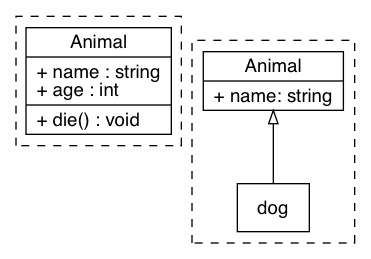
This is static/image/2019/07/overload-override.png from Jeanhwea/jeanhwea.github.io, a Graphviz export, as it was before one commit. Its source is kept beside it as static/image/2019/07/overload-override.dot. Source of this version:
```dot
digraph OverloadOverride {
  fontname="Helvetia";
  node[shape="record"; fontname="Helvetia"];
  edge[fontname="Helvetia", dir=back; arrowtail=empty;];

  subgraph cluster_overload {
    animal [label="{Animal|+ name : string\l+ age : int\l|+ die() : void\l}"];
    style=dashed;
  }

  subgraph cluster_override {
    animal1 [label="{Animal|+ name: string}"];
    dog;
    animal1 -> dog;
    style=dashed;
  }
}
```
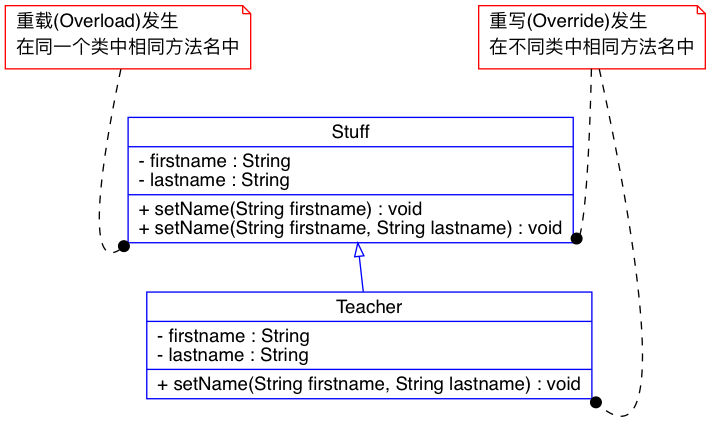
Above is the later version.

Change to the diagram source:
```diff
@@ -1,17 +1,20 @@
 digraph OverloadOverride {
   fontname="Helvetia";
   node[shape="record"; fontname="Helvetia"];
-  edge[fontname="Helvetia", dir=back; arrowtail=empty;];
 
-  subgraph cluster_overload {
-    animal [label="{Animal|+ name : string\l+ age : int\l|+ die() : void\l}"];
-    style=dashed;
-  }
+  node [color=red];
+  note_overload [shape=note; label="重载(Overload)发生\l在同一个类中相同方法名中"];
+  note_override [shape=note; label="重写(Override)发生\l在不同类中相同方法名中"];
 
-  subgraph cluster_override {
-    animal1 [label="{Animal|+ name: string}"];
-    dog;
-    animal1 -> dog;
-    style=dashed;
-  }
+  node [color=blue;];
+  stuff [label="{Stuff|- firstname : String\l- lastname : String\l|+ setName(String firstname) : void\l+ setName(String firstname, String lastname) : void\l}"];
+  teacher [label="{Teacher|- firstname : String\l- lastname : String\l|+ setName(String firstname, String lastname) : void\l}"; ];
+  edge[fontname="Helvetia"; dir=back; arrowtail=empty; color=blue];
+  stuff -> teacher;
+
+  edge[style=dashed; dir=forward; arrowhead=dot; color=black];
+  note_override -> teacher:se;
+  note_override -> stuff:se;
+  note_overload -> stuff:sw;
+
 }
```
